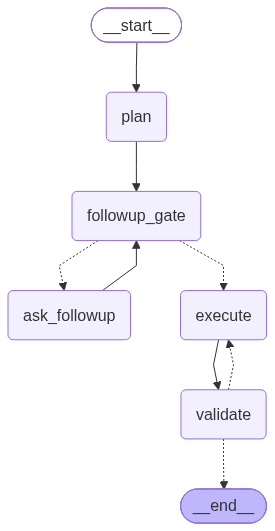
Above: graph.png in harsha-chichu/preppy_eval_agent (Mermaid), before the change. Its source is kept beside it as graph.mmd.
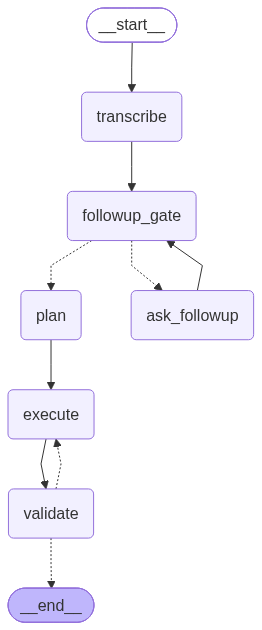
Above is the later version.

The edit, as a diff of the source:
```diff
@@ -5,18 +5,20 @@
 ---
 graph TD;
 	__start__([<p>__start__</p>]):::first
+	transcribe(transcribe)
 	plan(plan)
 	followup_gate(followup_gate)
 	ask_followup(ask_followup)
 	execute(execute)
 	validate(validate)
 	__end__([<p>__end__</p>]):::last
-	__start__ --> plan;
+	__start__ --> transcribe;
 	ask_followup --> followup_gate;
 	execute --> validate;
 	followup_gate -.-> ask_followup;
-	followup_gate -.-> execute;
-	plan --> followup_gate;
+	followup_gate -.-> plan;
+	plan --> execute;
+	transcribe --> followup_gate;
 	validate -.-> __end__;
 	validate -.-> execute;
 	classDef default fill:#f2f0ff,line-height:1.2
```
